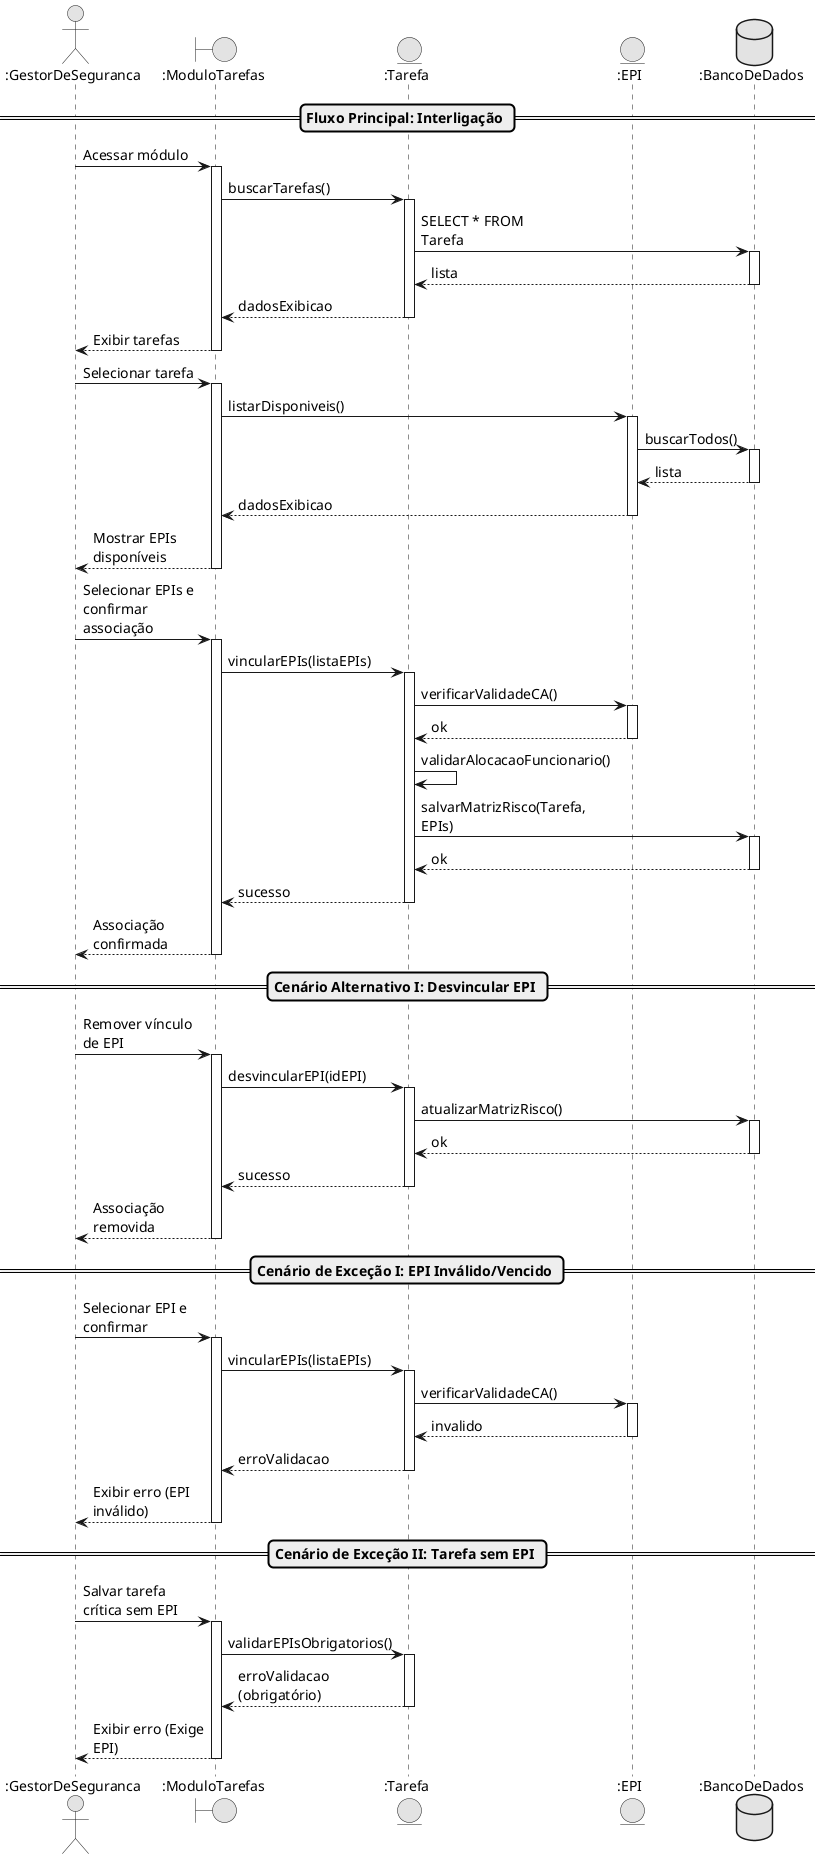
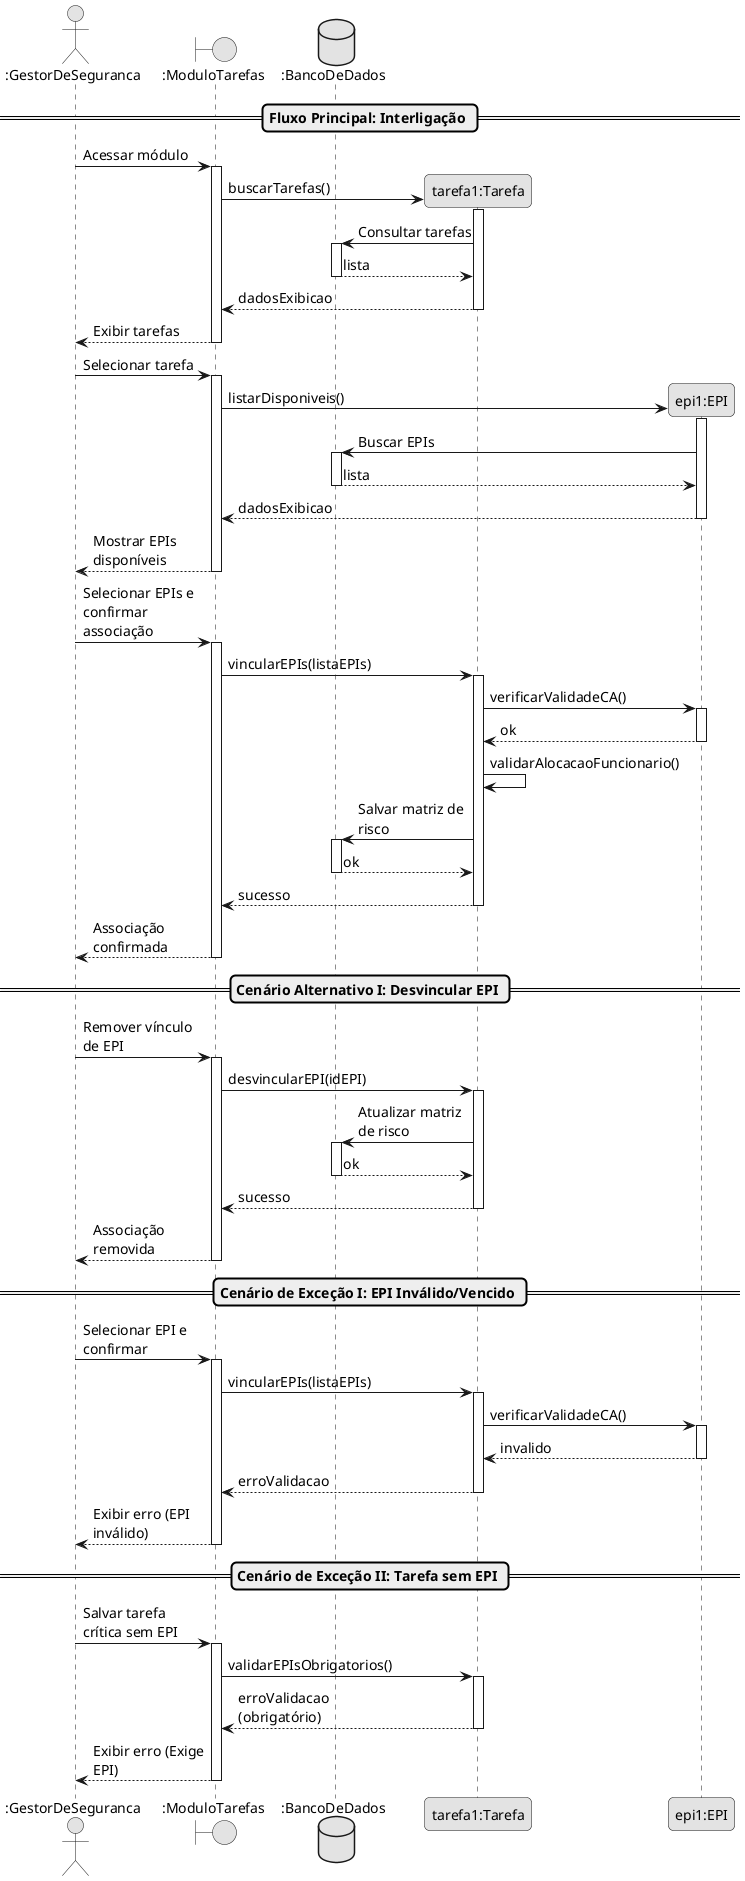
@startuml
skinparam monochrome true
skinparam shadowing false
skinparam defaultFontName Arial
skinparam defaultFontSize 14
skinparam roundcorner 10
skinparam maxmessagesize 120

actor ":GestorDeSeguranca" as Gestor
boundary ":ModuloTarefas" as UI
- entity ":Tarefa" as Tarefa
- entity ":EPI" as EPI
database ":BancoDeDados" as DB

== Fluxo Principal: Interligação ==
Gestor -> UI ++ : Acessar módulo
+ create "tarefa1:Tarefa" as Tarefa
UI -> Tarefa ++ : buscarTarefas()
- Tarefa -> DB ++ : SELECT * FROM Tarefa
+ Tarefa -> DB ++ : Consultar tarefas
DB --> Tarefa -- : lista
Tarefa --> UI -- : dadosExibicao
UI --> Gestor -- : Exibir tarefas

Gestor -> UI ++ : Selecionar tarefa
+ create "epi1:EPI" as EPI
UI -> EPI ++ : listarDisponiveis()
- EPI -> DB ++ : buscarTodos()
+ EPI -> DB ++ : Buscar EPIs
DB --> EPI -- : lista
EPI --> UI -- : dadosExibicao
UI --> Gestor -- : Mostrar EPIs disponíveis

Gestor -> UI ++ : Selecionar EPIs e confirmar associação
UI -> Tarefa ++ : vincularEPIs(listaEPIs)
Tarefa -> EPI ++ : verificarValidadeCA()
EPI --> Tarefa -- : ok
Tarefa -> Tarefa : validarAlocacaoFuncionario()
- Tarefa -> DB ++ : salvarMatrizRisco(Tarefa, EPIs)
+ Tarefa -> DB ++ : Salvar matriz de risco
DB --> Tarefa -- : ok
Tarefa --> UI -- : sucesso
UI --> Gestor -- : Associação confirmada

== Cenário Alternativo I: Desvincular EPI ==
Gestor -> UI ++ : Remover vínculo de EPI
UI -> Tarefa ++ : desvincularEPI(idEPI)
- Tarefa -> DB ++ : atualizarMatrizRisco()
+ Tarefa -> DB ++ : Atualizar matriz de risco
DB --> Tarefa -- : ok
Tarefa --> UI -- : sucesso
UI --> Gestor -- : Associação removida

== Cenário de Exceção I: EPI Inválido/Vencido ==
Gestor -> UI ++ : Selecionar EPI e confirmar
UI -> Tarefa ++ : vincularEPIs(listaEPIs)
Tarefa -> EPI ++ : verificarValidadeCA()
EPI --> Tarefa -- : invalido
Tarefa --> UI -- : erroValidacao
UI --> Gestor -- : Exibir erro (EPI inválido)

== Cenário de Exceção II: Tarefa sem EPI ==
Gestor -> UI ++ : Salvar tarefa crítica sem EPI
UI -> Tarefa ++ : validarEPIsObrigatorios()
Tarefa --> UI -- : erroValidacao (obrigatório)
UI --> Gestor -- : Exibir erro (Exige EPI)
@enduml
